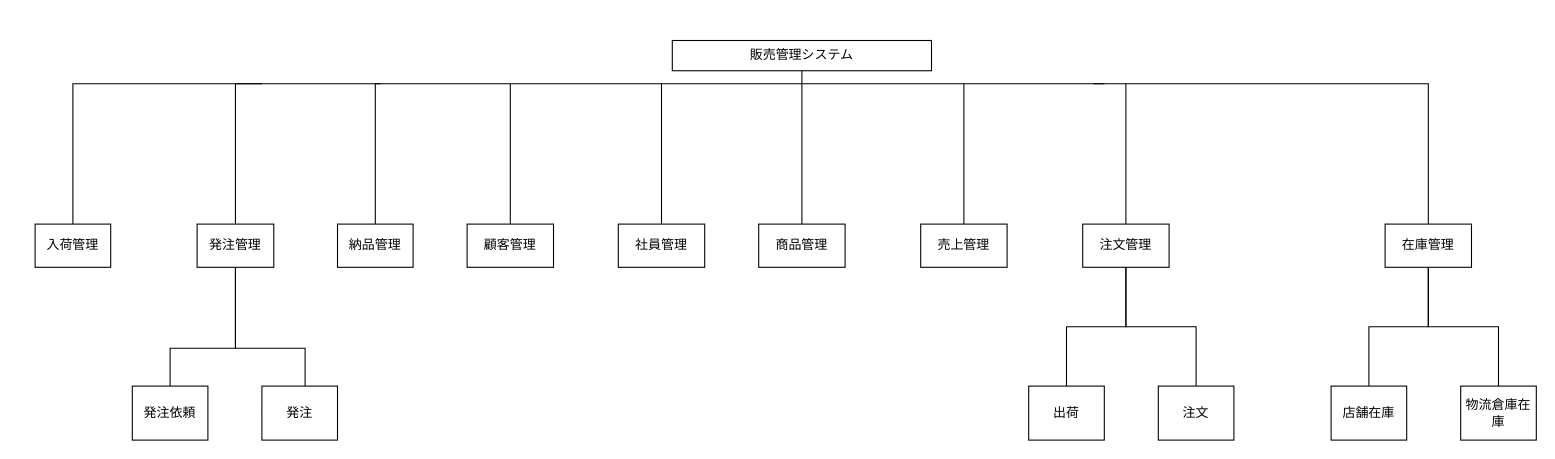
Yamanin3/system-devel keeps this draw.io diagram as システム構造図.drawio. Above is the earlier version. Source tidied: cells renumbered, new cells numbered last; positions are measured from the earlier drawing's top-left corner, leaving out a move shared by most shapes. Both pictures are drawn from the tidied source at 108%, with x=0, y=0 at pixel (-68, 40).
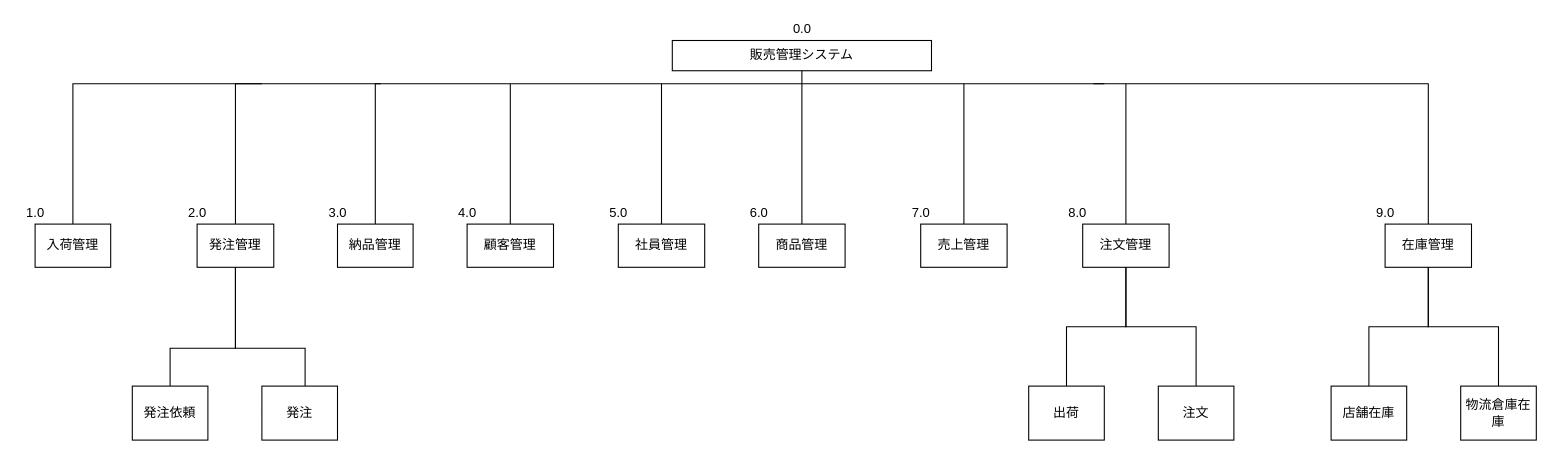
The same diagram, later.

Commit message:
各システムに番号を付与

Change to the diagram source:
```diff
@@
+    <mxCell id="35" value="1.0" style="text;html=1;align=center;verticalAlign=middle;fillColor=none;strokeColor=none;rounded=0;" parent="1" vertex="1">
+      <mxGeometry x="80" y="150" width="30" height="20" as="geometry" />
+    </mxCell>
+    <mxCell id="36" value="0.0" style="text;html=1;align=center;verticalAlign=middle;fillColor=none;strokeColor=none;rounded=0;" parent="1" vertex="1">
+      <mxGeometry x="790" y="-20" width="30" height="20" as="geometry" />
+    </mxCell>
+    <mxCell id="37" value="2.0" style="text;html=1;align=center;verticalAlign=middle;fillColor=none;strokeColor=none;rounded=0;" parent="1" vertex="1">
+      <mxGeometry x="230" y="150" width="30" height="20" as="geometry" />
+    </mxCell>
+    <mxCell id="38" value="3.0" style="text;html=1;align=center;verticalAlign=middle;fillColor=none;strokeColor=none;rounded=0;" parent="1" vertex="1">
+      <mxGeometry x="360" y="150" width="30" height="20" as="geometry" />
+    </mxCell>
+    <mxCell id="39" value="4.0" style="text;html=1;align=center;verticalAlign=middle;fillColor=none;strokeColor=none;rounded=0;" parent="1" vertex="1">
+      <mxGeometry x="480" y="150" width="30" height="20" as="geometry" />
+    </mxCell>
+    <mxCell id="40" value="5.0" style="text;html=1;align=center;verticalAlign=middle;fillColor=none;strokeColor=none;rounded=0;" parent="1" vertex="1">
+      <mxGeometry x="620" y="150" width="30" height="20" as="geometry" />
+    </mxCell>
+    <mxCell id="41" value="6.0" style="text;html=1;align=center;verticalAlign=middle;fillColor=none;strokeColor=none;rounded=0;" parent="1" vertex="1">
+      <mxGeometry x="750" y="150" width="30" height="20" as="geometry" />
+    </mxCell>
+    <mxCell id="42" value="7.0" style="text;html=1;align=center;verticalAlign=middle;fillColor=none;strokeColor=none;rounded=0;" parent="1" vertex="1">
+      <mxGeometry x="900" y="150" width="30" height="20" as="geometry" />
+    </mxCell>
+    <mxCell id="43" value="8.0" style="text;html=1;align=center;verticalAlign=middle;fillColor=none;strokeColor=none;rounded=0;" parent="1" vertex="1">
+      <mxGeometry x="1045" y="150" width="30" height="20" as="geometry" />
+    </mxCell>
+    <mxCell id="44" value="9.0" style="text;html=1;align=center;verticalAlign=middle;fillColor=none;strokeColor=none;rounded=0;" parent="1" vertex="1">
+      <mxGeometry x="1330" y="150" width="30" height="20" as="geometry" />
+    </mxCell>
```
